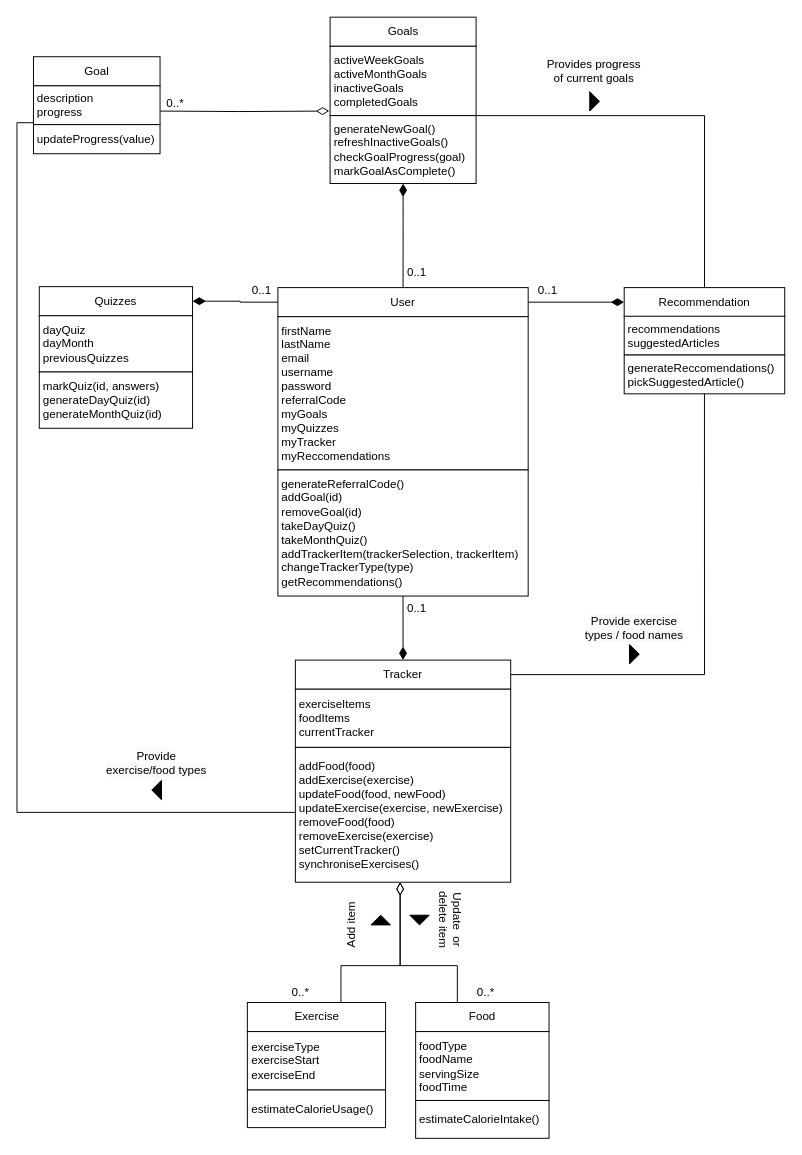
ahammond3aws/DC2SEN keeps this draw.io diagram as Final_class_diagram.drawio. Above is the earlier version. Source tidied: cells renumbered, new cells numbered last; positions are measured from the earlier drawing's top-left corner, leaving out a move shared by most shapes. Both pictures are drawn from the tidied source at 97%, with x=0, y=0 at pixel (16, 16).
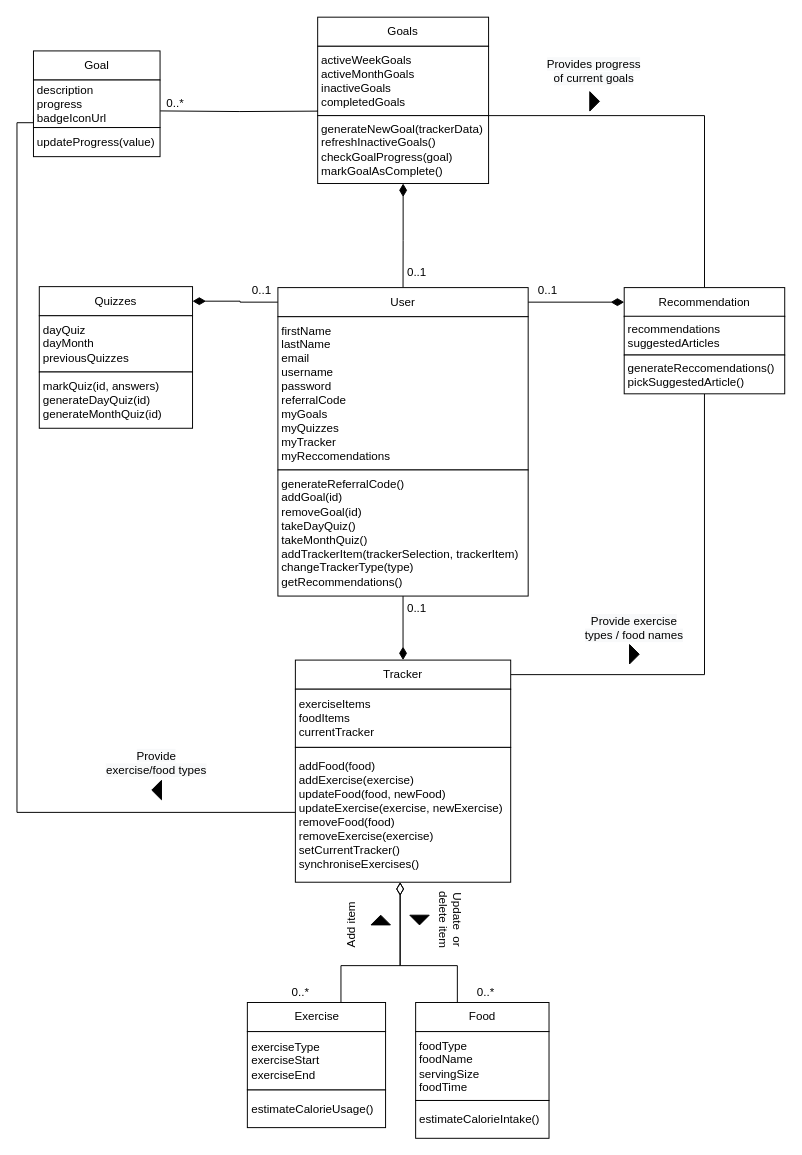
The same diagram, later.

What changed in the source:
```diff
@@
     <mxCell id="33" style="group;" parent="1" vertex="1">
-      <mxGeometry x="17" y="41" width="130.5" height="100" as="geometry" />
+      <mxGeometry x="17" y="41" width="130.5" height="103" as="geometry" />
     </mxCell>
     <mxCell id="34" value="Goal" style="rounded=0;whiteSpace=wrap;html=1;" parent="33" vertex="1">
-      <mxGeometry width="130.5" height="30" as="geometry" />
+      <mxGeometry y="-6" width="130.5" height="30" as="geometry" />
     </mxCell>
-    <mxCell id="35" value="description&lt;br&gt;progress" style="rounded=0;whiteSpace=wrap;html=1;align=left;spacingLeft=2;" parent="33" vertex="1">
-      <mxGeometry y="30" width="130.5" height="40" as="geometry" />
+    <mxCell id="35" value="description&lt;br&gt;progress&lt;br&gt;badgeIconUrl" style="rounded=0;whiteSpace=wrap;html=1;align=left;spacingLeft=2;" parent="33" vertex="1">
+      <mxGeometry y="24" width="130.5" height="49" as="geometry" />
     </mxCell>
     <mxCell id="36" value="updateProgress(value)" style="rounded=0;whiteSpace=wrap;html=1;align=left;spacingLeft=2;" parent="33" vertex="1">
-      <mxGeometry y="70" width="130.5" height="30" as="geometry" />
+      <mxGeometry y="73" width="130.5" height="30" as="geometry" />
     </mxCell>
     <mxCell id="37" style="group;" parent="1" vertex="1">
-      <mxGeometry x="322.8" y="0.2" width="150.5" height="171.5" as="geometry" />
+      <mxGeometry x="310" y="0.2" width="176.2" height="171.5" as="geometry" />
     </mxCell>
     <mxCell id="38" value="Goals" style="rounded=0;whiteSpace=wrap;html=1;" parent="37" vertex="1">
-      <mxGeometry width="150.5" height="30" as="geometry" />
+      <mxGeometry width="176.2" height="30" as="geometry" />
     </mxCell>
     <mxCell id="39" value="activeWeekGoals&lt;br&gt;activeMonthGoals&lt;br&gt;inactiveGoals&lt;br&gt;completedGoals" style="rounded=0;whiteSpace=wrap;html=1;align=left;spacingLeft=2;" parent="37" vertex="1">
-      <mxGeometry y="30" width="150.5" height="71.5" as="geometry" />
+      <mxGeometry y="30" width="176.2" height="71.5" as="geometry" />
     </mxCell>
-    <mxCell id="40" value="generateNewGoal()&lt;br&gt;refreshInactiveGoals()&lt;br&gt;checkGoalProgress(goal)&lt;br&gt;markGoalAsComplete()" style="rounded=0;whiteSpace=wrap;html=1;align=left;spacingLeft=2;" parent="37" vertex="1">
-      <mxGeometry y="101.5" width="150.5" height="70" as="geometry" />
+    <mxCell id="40" value="generateNewGoal(trackerData)&lt;br&gt;refreshInactiveGoals()&lt;br&gt;checkGoalProgress(goal)&lt;br&gt;markGoalAsComplete()" style="rounded=0;whiteSpace=wrap;html=1;align=left;spacingLeft=2;" parent="37" vertex="1">
+      <mxGeometry y="101.5" width="176.2" height="70" as="geometry" />
     </mxCell>
```
